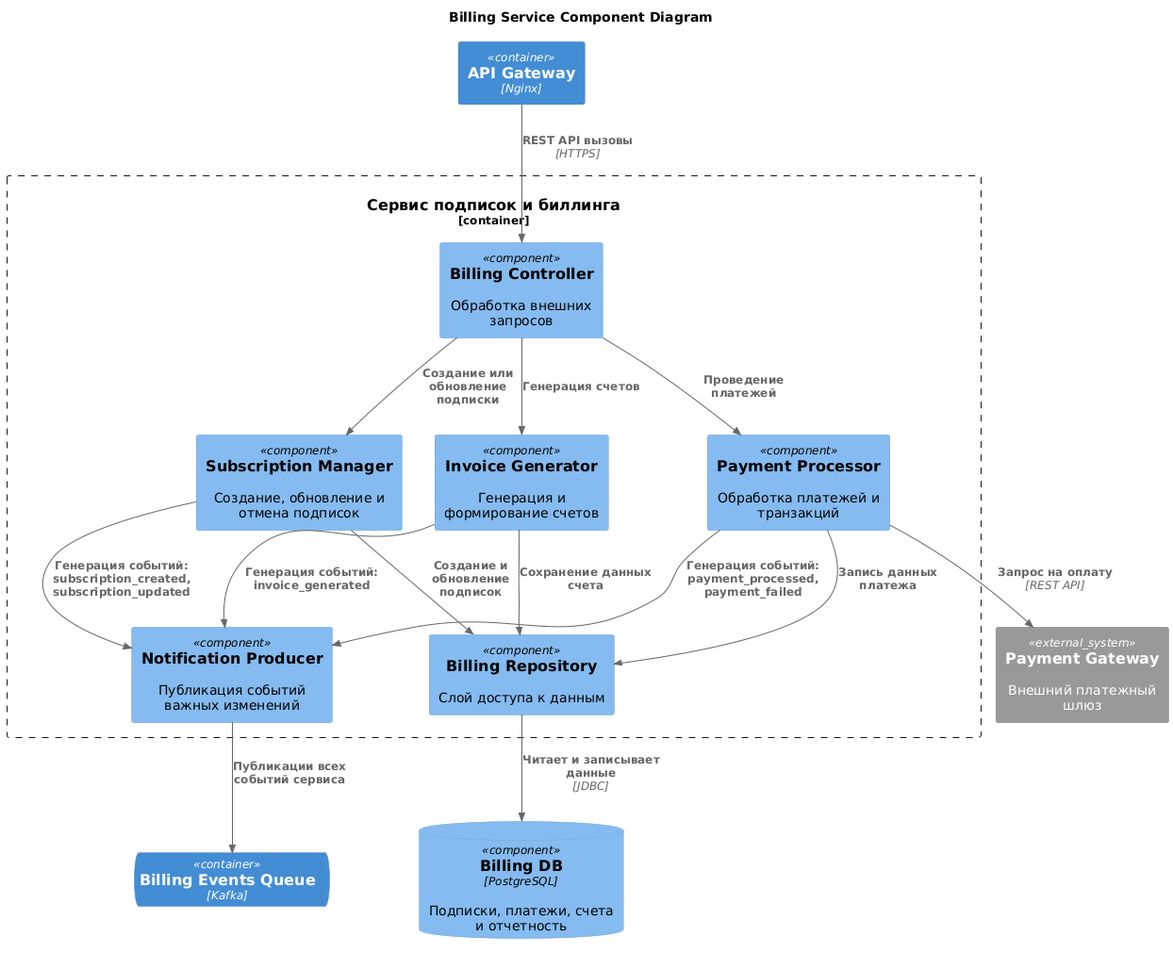
Before: docs/diagrams/component/billing-service.png, a diagram exported from PlantUML (ZhurkinAngular/Warmhouse).
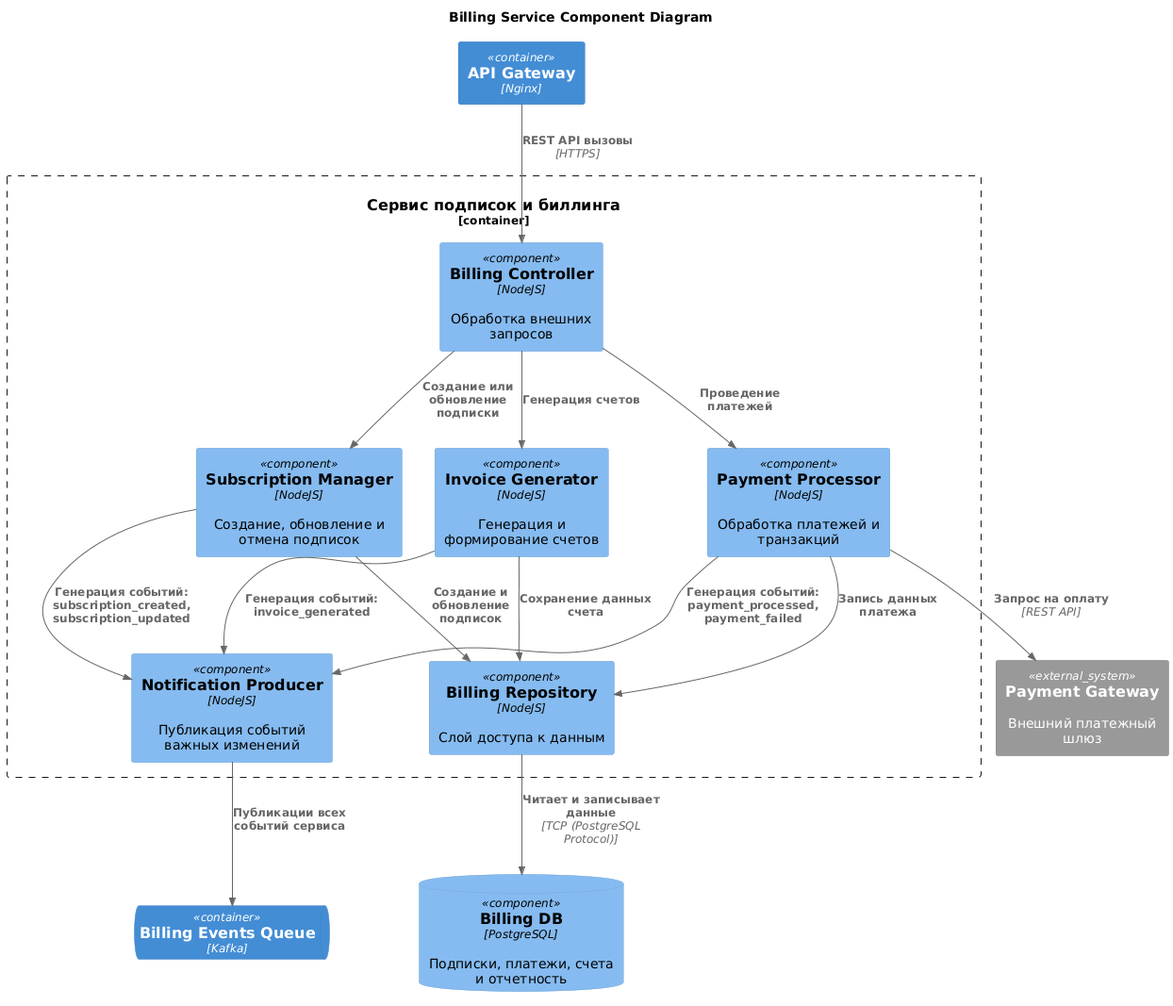
Later version of the same file.

What changed in the source:
```diff
@@ -12,17 +12,17 @@
 ContainerQueue(BillingEventsQueue, "Billing Events Queue", "Kafka")
 
 Container_Boundary(BillingService, "Сервис подписок и биллинга") {
-    Component(BillingController, "Billing Controller", "", "Обработка внешних запросов")
-    Component(SubscriptionManager, "Subscription Manager", "", "Создание, обновление и отмена подписок")
-    Component(PaymentProcessor, "Payment Processor", "", "Обработка платежей и транзакций")
-    Component(InvoiceGenerator, "Invoice Generator", "", "Генерация и формирование счетов")
-    Component(BillingRepository, "Billing Repository", "", "Слой доступа к данным")
-    Component(NotificationProducer, "Notification Producer", "", "Публикация событий важных изменений")
+    Component(BillingController, "Billing Controller", "NodeJS", "Обработка внешних запросов")
+    Component(SubscriptionManager, "Subscription Manager", "NodeJS", "Создание, обновление и отмена подписок")
+    Component(PaymentProcessor, "Payment Processor", "NodeJS", "Обработка платежей и транзакций")
+    Component(InvoiceGenerator, "Invoice Generator", "NodeJS", "Генерация и формирование счетов")
+    Component(BillingRepository, "Billing Repository", "NodeJS", "Слой доступа к данным")
+    Component(NotificationProducer, "Notification Producer", "NodeJS", "Публикация событий важных изменений")
 }
 
 Rel(APIGateway, BillingController, "REST API вызовы", "HTTPS")
 
-Rel(BillingRepository, BillingDB, "Читает и записывает данные", "JDBC")
+Rel(BillingRepository, BillingDB, "Читает и записывает данные", "TCP (PostgreSQL Protocol)")
 
 Rel(BillingController, SubscriptionManager, "Создание или обновление подписки")
 Rel(BillingController, PaymentProcessor, "Проведение платежей")
```
